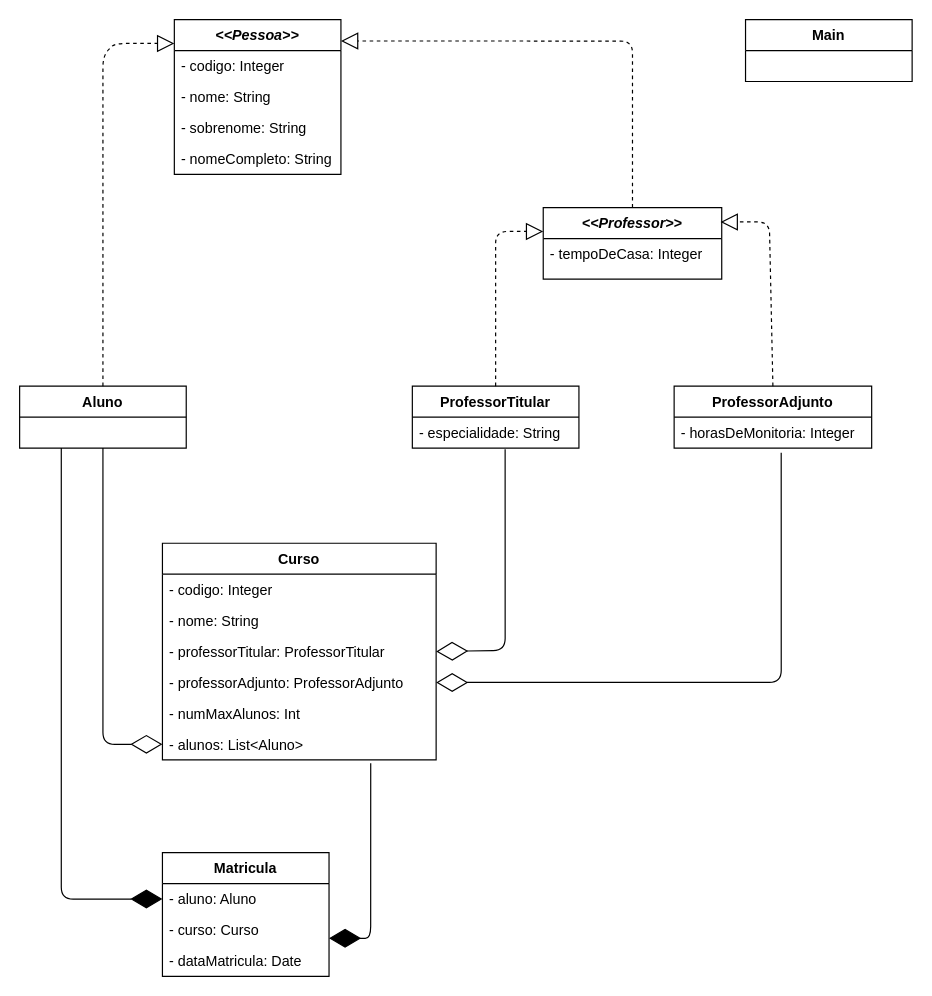
Above: Diagrama.drawio in abraaofaco/desafio-oop-kotlin-dh (draw.io), before the change. Source tidied: cells renumbered, new cells numbered last; positions are measured from the earlier drawing's top-left corner, leaving out a move shared by most shapes. Both pictures are drawn from the tidied source at 119%, with x=0, y=0 at pixel (19, 19).
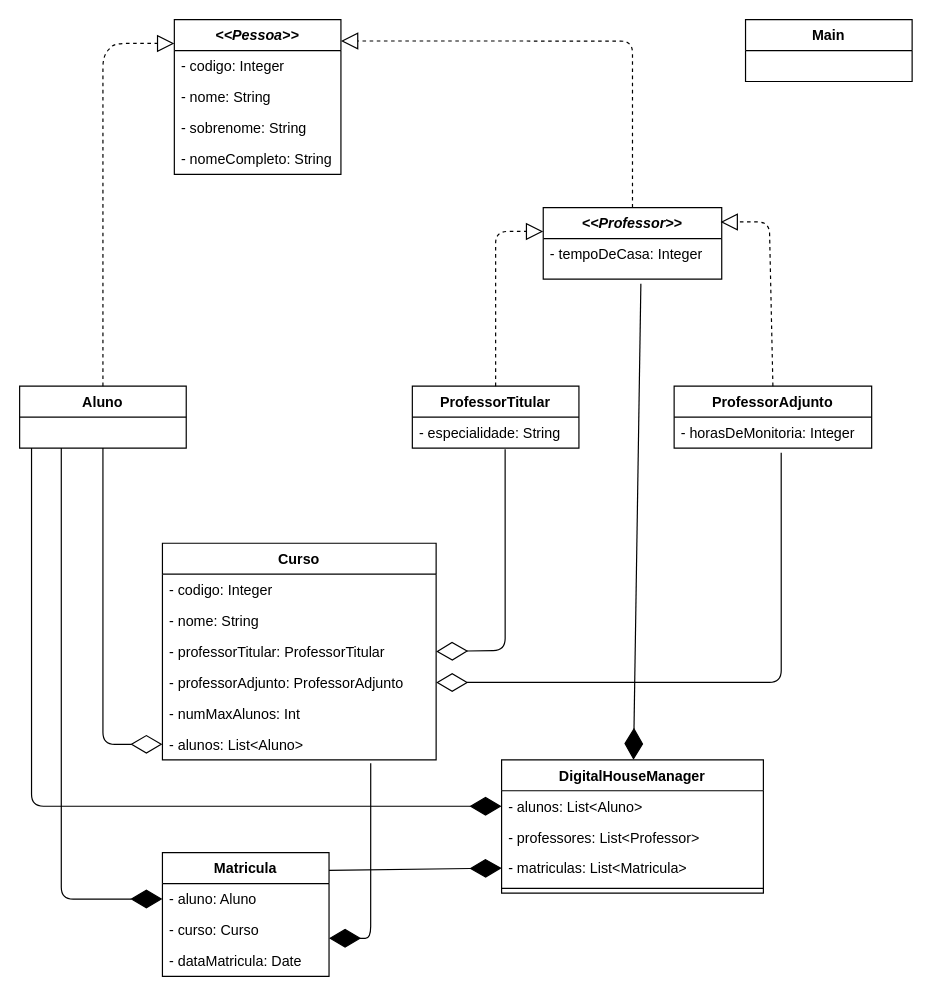
After the change.

Commit message:
Ajusta diagrama de classe

Unchanged cells that the change refers to:
```xml
<mxCell id="22" value="- tempoDeCasa: Integer" style="text;strokeColor=none;fillColor=none;align=left;verticalAlign=top;spacingLeft=4;spacingRight=4;overflow=hidden;points=[[0,0.5],[1,0.5]];portConstraint=eastwest;" parent="21" vertex="1">
  <mxGeometry y="26" width="150" height="34" as="geometry" />
</mxCell>
<mxCell id="27" value="Matricula" style="swimlane;fontStyle=1;horizontal=1;startSize=26;fillColor=none;" parent="1" vertex="1">
  <mxGeometry x="120" y="700" width="140" height="104" as="geometry" />
</mxCell>
```

Change to the diagram source:
```diff
@@
+    <mxCell id="35" style="endArrow=diamondThin;endFill=1;endSize=24;html=1;exitX=0.547;exitY=1.118;exitDx=0;exitDy=0;exitPerimeter=0;" parent="1" edge="1" source="22" target="37">
+      <mxGeometry relative="1" as="geometry" />
+    </mxCell>
+    <mxCell id="36" style="endArrow=diamondThin;endFill=1;endSize=24;html=1;entryX=0;entryY=0.5;entryDx=0;entryDy=0;exitX=1;exitY=0.144;exitDx=0;exitDy=0;exitPerimeter=0;" parent="1" edge="1" source="27" target="40">
+      <mxGeometry relative="1" as="geometry" />
+    </mxCell>
+    <mxCell id="37" value="DigitalHouseManager" style="swimlane;fontStyle=1;align=center;verticalAlign=top;horizontal=1;startSize=26;" parent="1" vertex="1">
+      <mxGeometry x="405" y="622" width="220" height="112" as="geometry" />
+    </mxCell>
+    <mxCell id="38" value="- alunos: List&lt;Aluno&gt;" style="text;strokeColor=none;fillColor=none;align=left;verticalAlign=top;spacingLeft=4;spacingRight=4;overflow=hidden;points=[[0,0.5],[1,0.5]];portConstraint=eastwest;" parent="37" vertex="1">
+      <mxGeometry y="26" width="220" height="26" as="geometry" />
+    </mxCell>
+    <mxCell id="39" value="- professores: List&lt;Professor&gt;" style="text;strokeColor=none;fillColor=none;align=left;verticalAlign=top;spacingLeft=4;spacingRight=4;overflow=hidden;" parent="37" vertex="1">
+      <mxGeometry y="52" width="220" height="26" as="geometry" />
+    </mxCell>
+    <mxCell id="40" value="- matriculas: List&lt;Matricula&gt;" style="text;strokeColor=none;fillColor=none;align=left;verticalAlign=top;spacingLeft=4;spacingRight=4;overflow=hidden;points=[[0,0.5],[1,0.5]];portConstraint=eastwest;" parent="37" vertex="1">
+      <mxGeometry y="78" width="220" height="26" as="geometry" />
+    </mxCell>
+    <mxCell id="41" style="line;strokeWidth=1;fillColor=none;align=left;verticalAlign=middle;spacingTop=-1;spacingLeft=3;spacingRight=3;labelPosition=right;" parent="37" vertex="1">
+      <mxGeometry y="104" width="220" height="8" as="geometry" />
+    </mxCell>
+    <mxCell id="42" style="endArrow=diamondThin;endFill=1;endSize=24;html=1;entryX=0;entryY=0.5;entryDx=0;entryDy=0;" parent="1" edge="1" target="38">
+      <mxGeometry relative="1" as="geometry">
+        <mxPoint x="10" y="360" as="sourcePoint" />
+        <Array as="points">
+          <mxPoint x="10" y="661" />
+        </Array>
+      </mxGeometry>
+    </mxCell>
```
